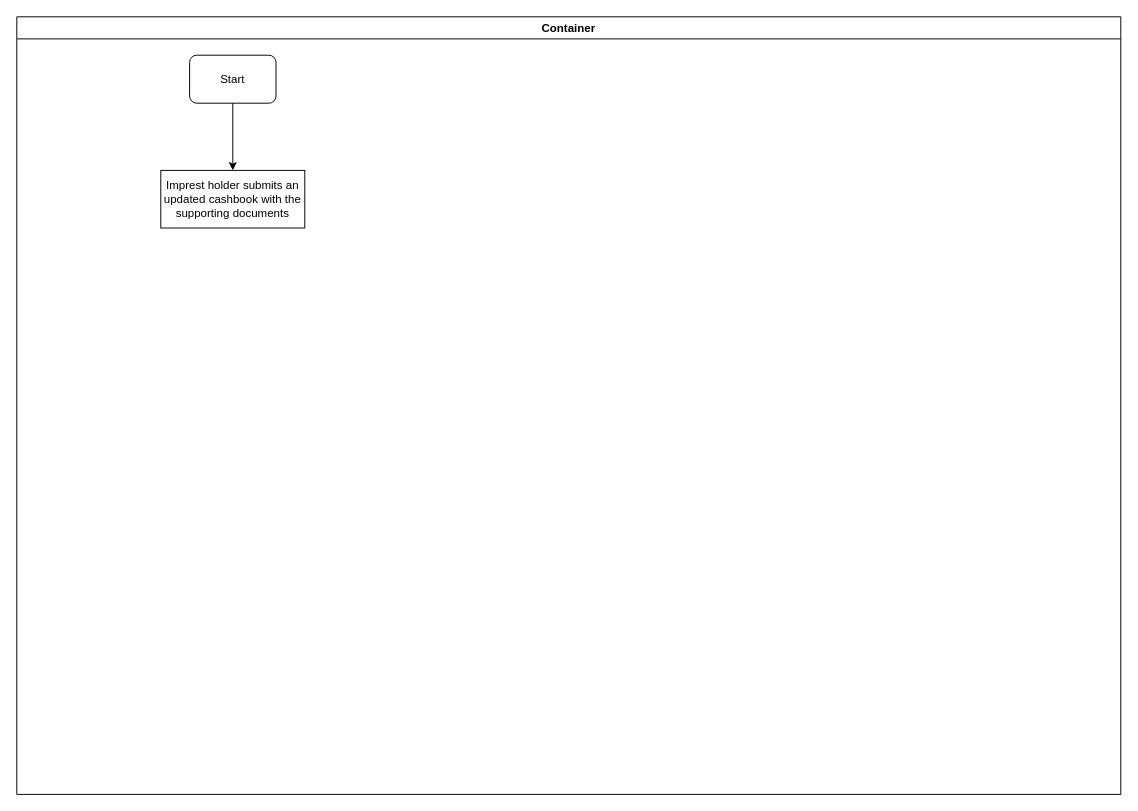
Before: KEFRI-FIN-IMPREST RENEWAL.drawio in kmagua/flowcharts, a draw.io diagram. Source tidied: cells renumbered, new cells numbered last; positions are measured from the earlier drawing's top-left corner, leaving out a move shared by most shapes. Both pictures are drawn from the tidied source at 96%, with x=0, y=0 at pixel (16, 16).
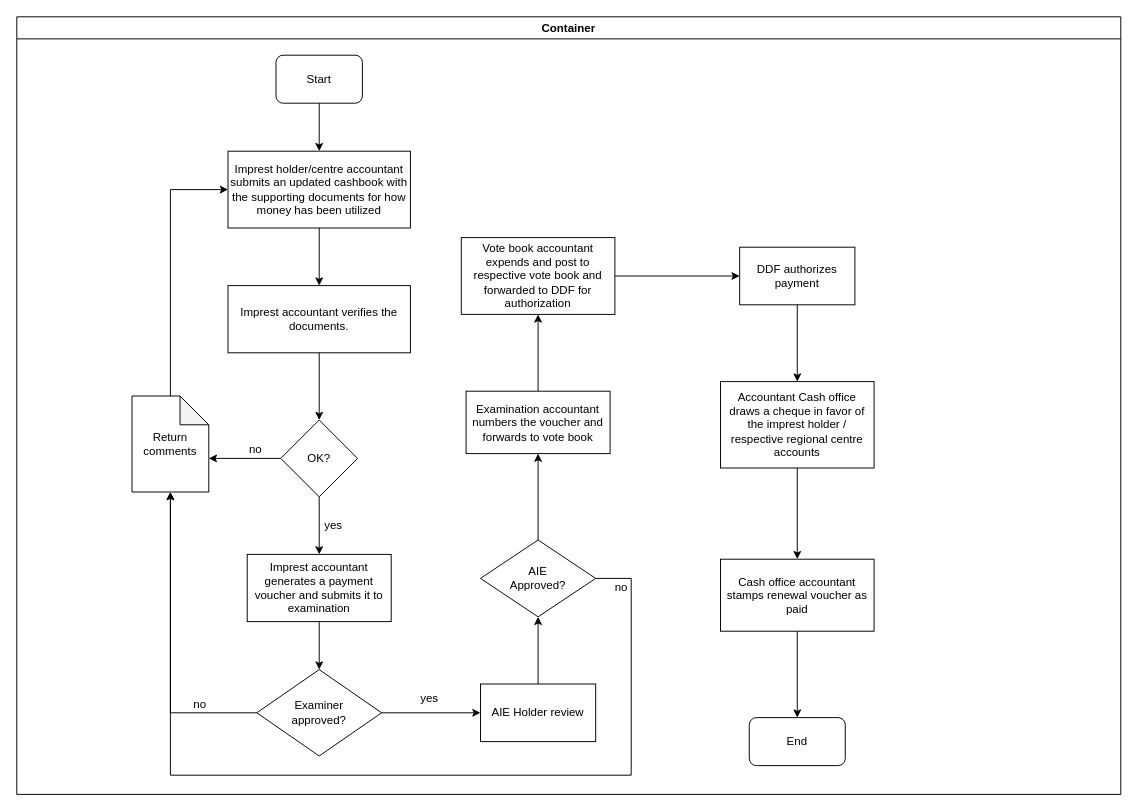
The same page after the edit.

Unchanged cells that the change refers to:
```xml
<mxCell id="2" value="Container" style="swimlane;startSize=23;" parent="1" vertex="1">
  <mxGeometry width="1150" height="810" as="geometry" />
</mxCell>
```

The edit, as a diff of the source:
```diff
@@
     <mxCell id="3" value="Start" style="rounded=1;whiteSpace=wrap;html=1;" parent="2" vertex="1">
-      <mxGeometry x="180" y="40" width="90" height="50" as="geometry" />
+      <mxGeometry x="270" y="40" width="90" height="50" as="geometry" />
     </mxCell>
-    <mxCell id="4" value="Imprest holder submits an updated cashbook with the supporting documents" style="rounded=0;whiteSpace=wrap;html=1;" parent="2" vertex="1">
-      <mxGeometry x="150" y="160" width="150" height="60" as="geometry" />
+    <mxCell id="4" value="Imprest holder/centre accountant submits an updated cashbook with the supporting documents for how money has been utilized" style="rounded=0;whiteSpace=wrap;html=1;" parent="2" vertex="1">
+      <mxGeometry x="220" y="140" width="190" height="80" as="geometry" />
     </mxCell>
@@
+    <mxCell id="6" value="Imprest accountant generates a payment voucher and submits it to examination" style="whiteSpace=wrap;html=1;rounded=0;" parent="2" vertex="1">
+      <mxGeometry x="240" y="560" width="150" height="70" as="geometry" />
+    </mxCell>
+    <mxCell id="7" value="Imprest accountant verifies the documents. " style="whiteSpace=wrap;html=1;rounded=0;" parent="2" vertex="1">
+      <mxGeometry x="220" y="280" width="190" height="70" as="geometry" />
+    </mxCell>
+    <mxCell id="8" style="edgeStyle=orthogonalEdgeStyle;rounded=0;jettySize=auto;html=1;" parent="2" edge="1" source="4" target="7">
+      <mxGeometry relative="1" as="geometry" />
+    </mxCell>
+    <mxCell id="9" value="Return comments" style="shape=note;whiteSpace=wrap;html=1;backgroundOutline=1;darkOpacity=0.05;" parent="2" vertex="1">
+      <mxGeometry x="120" y="395" width="80" height="100" as="geometry" />
+    </mxCell>
+    <mxCell id="10" style="edgeStyle=orthogonalEdgeStyle;rounded=0;jettySize=auto;html=1;entryX=0;entryY=0.5;entryDx=0;entryDy=0;" parent="2" edge="1" source="9" target="4">
+      <mxGeometry relative="1" as="geometry">
+        <Array as="points">
+          <mxPoint x="160" y="180" />
+        </Array>
+      </mxGeometry>
+    </mxCell>
+    <mxCell id="11" value="&lt;div&gt;Examiner &lt;br&gt;&lt;/div&gt;&lt;div&gt;approved?&lt;/div&gt;" style="rhombus;whiteSpace=wrap;html=1;rounded=0;" parent="2" vertex="1">
+      <mxGeometry x="250" y="680" width="130" height="90" as="geometry" />
+    </mxCell>
+    <mxCell id="12" style="edgeStyle=orthogonalEdgeStyle;rounded=0;jettySize=auto;html=1;" parent="2" edge="1" source="6" target="11">
+      <mxGeometry relative="1" as="geometry" />
+    </mxCell>
+    <mxCell id="13" style="edgeStyle=orthogonalEdgeStyle;rounded=0;jettySize=auto;html=1;entryX=0.5;entryY=1;entryDx=0;entryDy=0;entryPerimeter=0;" parent="2" edge="1" source="11" target="9">
+      <mxGeometry relative="1" as="geometry" />
+    </mxCell>
+    <mxCell id="14" style="edgeStyle=orthogonalEdgeStyle;rounded=0;jettySize=auto;html=1;entryX=0;entryY=0.5;entryDx=0;entryDy=0;" parent="2" edge="1" source="11" target="15">
+      <mxGeometry relative="1" as="geometry" />
+    </mxCell>
+    <mxCell id="15" value="AIE Holder review" style="rounded=0;whiteSpace=wrap;html=1;" parent="2" vertex="1">
+      <mxGeometry x="483" y="695" width="120" height="60" as="geometry" />
+    </mxCell>
+    <mxCell id="16" value="yes" style="text;html=1;strokeColor=none;fillColor=none;align=center;verticalAlign=middle;whiteSpace=wrap;rounded=0;" parent="2" vertex="1">
+      <mxGeometry x="310" y="520" width="40" height="20" as="geometry" />
+    </mxCell>
+    <mxCell id="17" value="yes" style="text;html=1;strokeColor=none;fillColor=none;align=center;verticalAlign=middle;whiteSpace=wrap;rounded=0;" parent="2" vertex="1">
+      <mxGeometry x="410" y="700" width="40" height="20" as="geometry" />
+    </mxCell>
+    <mxCell id="18" value="DDF authorizes payment" style="whiteSpace=wrap;html=1;rounded=0;" parent="2" vertex="1">
+      <mxGeometry x="753" y="240" width="120" height="60" as="geometry" />
+    </mxCell>
+    <mxCell id="19" value="End" style="rounded=1;whiteSpace=wrap;html=1;" parent="2" vertex="1">
+      <mxGeometry x="763" y="730" width="100" height="50" as="geometry" />
+    </mxCell>
+    <mxCell id="20" style="edgeStyle=orthogonalEdgeStyle;rounded=0;jettySize=auto;html=1;" parent="1" edge="1" source="7" target="23">
+      <mxGeometry relative="1" as="geometry" />
+    </mxCell>
+    <mxCell id="21" style="edgeStyle=orthogonalEdgeStyle;rounded=0;jettySize=auto;html=1;" parent="1" edge="1" source="23" target="6">
+      <mxGeometry relative="1" as="geometry" />
+    </mxCell>
+    <mxCell id="22" style="edgeStyle=orthogonalEdgeStyle;rounded=0;jettySize=auto;html=1;entryX=0;entryY=0;entryDx=80;entryDy=65;entryPerimeter=0;" parent="1" edge="1" source="23" target="9">
+      <mxGeometry relative="1" as="geometry" />
+    </mxCell>
+    <mxCell id="23" value="OK?" style="rhombus;whiteSpace=wrap;html=1;rounded=0;" parent="1" vertex="1">
+      <mxGeometry x="275" y="420" width="80" height="80" as="geometry" />
+    </mxCell>
+    <mxCell id="24" style="edgeStyle=orthogonalEdgeStyle;rounded=0;jettySize=auto;html=1;" parent="1" edge="1" source="26" target="29">
+      <mxGeometry relative="1" as="geometry" />
+    </mxCell>
+    <mxCell id="25" style="edgeStyle=orthogonalEdgeStyle;rounded=0;jettySize=auto;html=1;entryX=0.5;entryY=1;entryDx=0;entryDy=0;entryPerimeter=0;" parent="1" edge="1" source="26" target="9">
+      <mxGeometry relative="1" as="geometry">
+        <Array as="points">
+          <mxPoint x="640" y="585" />
+          <mxPoint x="640" y="790" />
+          <mxPoint x="160" y="790" />
+        </Array>
+      </mxGeometry>
+    </mxCell>
+    <mxCell id="26" value="&lt;div&gt;AIE &lt;br&gt;&lt;/div&gt;&lt;div&gt;Approved?&lt;/div&gt;" style="rhombus;whiteSpace=wrap;html=1;rounded=0;" parent="1" vertex="1">
+      <mxGeometry x="483" y="545" width="120" height="80" as="geometry" />
+    </mxCell>
+    <mxCell id="27" style="edgeStyle=orthogonalEdgeStyle;rounded=0;jettySize=auto;html=1;" parent="1" edge="1" source="15" target="26">
+      <mxGeometry relative="1" as="geometry" />
+    </mxCell>
+    <mxCell id="28" style="edgeStyle=orthogonalEdgeStyle;rounded=0;jettySize=auto;html=1;" parent="1" edge="1" source="29" target="34">
+      <mxGeometry relative="1" as="geometry" />
+    </mxCell>
+    <mxCell id="29" value="Examination accountant numbers the voucher and forwards to vote book" style="whiteSpace=wrap;html=1;rounded=0;" parent="1" vertex="1">
+      <mxGeometry x="468" y="390" width="150" height="65" as="geometry" />
+    </mxCell>
+    <mxCell id="30" value="no" style="text;html=1;strokeColor=none;fillColor=none;align=center;verticalAlign=middle;whiteSpace=wrap;rounded=0;" parent="1" vertex="1">
+      <mxGeometry x="229" y="441" width="40" height="20" as="geometry" />
+    </mxCell>
+    <mxCell id="31" value="no" style="text;html=1;strokeColor=none;fillColor=none;align=center;verticalAlign=middle;whiteSpace=wrap;rounded=0;" parent="1" vertex="1">
+      <mxGeometry x="171" y="706" width="40" height="20" as="geometry" />
+    </mxCell>
+    <mxCell id="32" value="no" style="text;html=1;strokeColor=none;fillColor=none;align=center;verticalAlign=middle;whiteSpace=wrap;rounded=0;" parent="1" vertex="1">
+      <mxGeometry x="610" y="585" width="40" height="20" as="geometry" />
+    </mxCell>
+    <mxCell id="33" style="edgeStyle=orthogonalEdgeStyle;rounded=0;jettySize=auto;html=1;" parent="1" edge="1" source="34" target="18">
+      <mxGeometry relative="1" as="geometry" />
+    </mxCell>
+    <mxCell id="34" value="Vote book accountant expends and post to respective vote book and forwarded to DDF for authorization" style="whiteSpace=wrap;html=1;rounded=0;" parent="1" vertex="1">
+      <mxGeometry x="463" y="230" width="160" height="80" as="geometry" />
+    </mxCell>
+    <mxCell id="35" style="edgeStyle=orthogonalEdgeStyle;rounded=0;jettySize=auto;html=1;" parent="1" edge="1" source="36" target="39">
+      <mxGeometry relative="1" as="geometry" />
+    </mxCell>
+    <mxCell id="36" value="Accountant Cash office draws a cheque in favor of the imprest holder / respective regional centre accounts" style="whiteSpace=wrap;html=1;rounded=0;" parent="1" vertex="1">
+      <mxGeometry x="733" y="380" width="160" height="90" as="geometry" />
+    </mxCell>
+    <mxCell id="37" style="edgeStyle=orthogonalEdgeStyle;rounded=0;jettySize=auto;html=1;" parent="1" edge="1" source="18" target="36">
+      <mxGeometry relative="1" as="geometry" />
+    </mxCell>
+    <mxCell id="38" style="edgeStyle=orthogonalEdgeStyle;rounded=0;jettySize=auto;html=1;entryX=0.5;entryY=0;entryDx=0;entryDy=0;" parent="1" edge="1" source="39" target="19">
+      <mxGeometry relative="1" as="geometry" />
+    </mxCell>
+    <mxCell id="39" value="Cash office accountant stamps renewal voucher as paid" style="whiteSpace=wrap;html=1;rounded=0;" parent="1" vertex="1">
+      <mxGeometry x="733" y="565" width="160" height="75" as="geometry" />
+    </mxCell>
```
